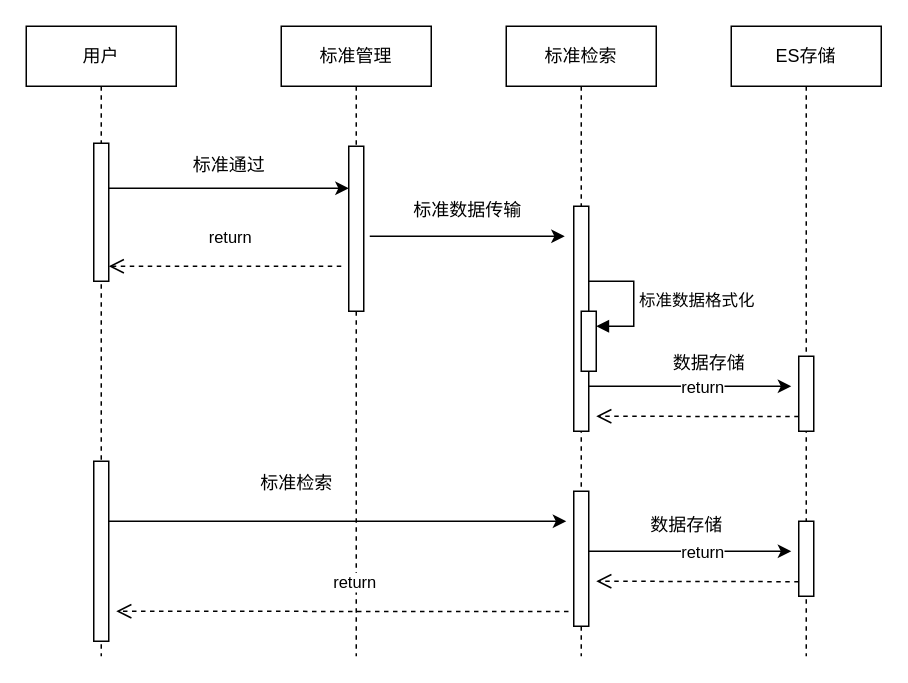
Before: 设计相关/首页查询时序图.drawio in DemonHan/KuickBuy, a draw.io diagram. Source tidied: cells renumbered, new cells numbered last; positions are measured from the earlier drawing's top-left corner, leaving out a move shared by most shapes. Both pictures are drawn from the tidied source at 150%, with x=0, y=0 at pixel (26, 26).
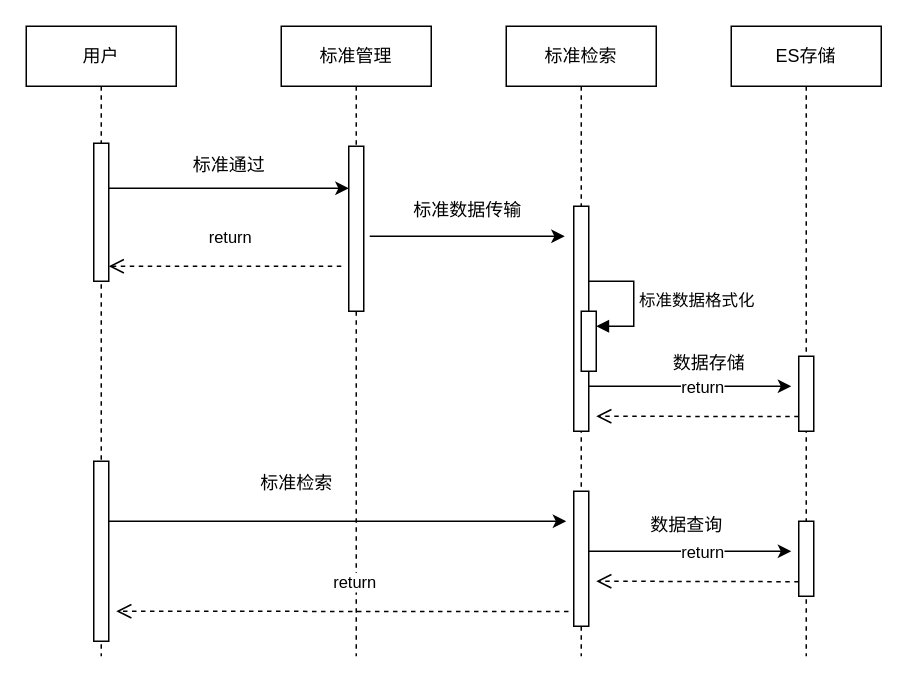
Above is the later version.

Commit message (it also covers changes not shown here):
更新首页查询时序图.drawio

Change to the diagram source:
```diff
@@
-    <mxCell id="25" value="数据存储" style="text;html=1;align=center;verticalAlign=middle;strokeColor=none;fillColor=none;" parent="1" vertex="1">
+    <mxCell id="25" value="数据查询" style="text;html=1;align=center;verticalAlign=middle;strokeColor=none;fillColor=none;" parent="1" vertex="1">
       <mxGeometry x="405" y="318" width="70" height="30" as="geometry" />
     </mxCell>
```
